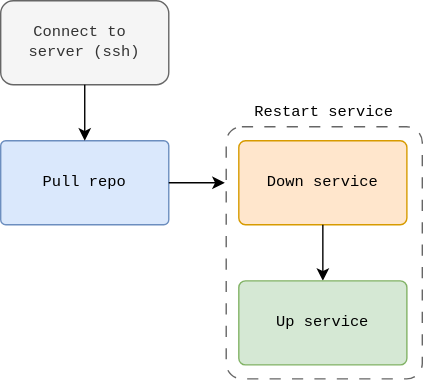
Above: site/static/images/deploy-pipeline.svg in alchemmist/blog (draw.io), before the change. Source tidied: cells renumbered, new cells last; positions are measured from the earlier drawing's top-left corner, leaving out a move shared by most shapes.
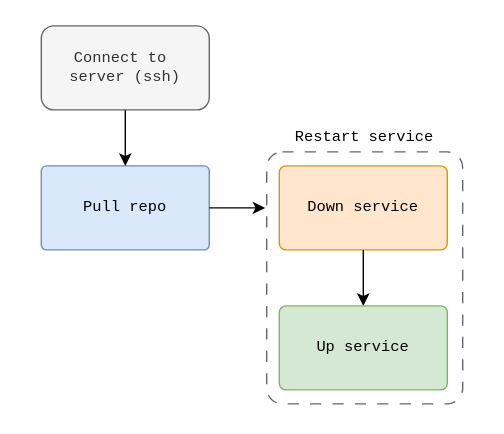
The same diagram one commit later.

Diff of the diagram source:
```diff
@@ -2,6 +2,9 @@
   <root>
     <mxCell id="0" />
     <mxCell id="1" parent="0" />
+    <mxCell id="11" style="rounded=1;whiteSpace=wrap;html=1;arcSize=3;strokeColor=none;" parent="1" vertex="1">
+      <mxGeometry x="-29" y="-18" width="360" height="310" as="geometry" />
+    </mxCell>
     <mxCell id="2" value="Pull repo" style="rounded=1;whiteSpace=wrap;html=1;fillColor=#dae8fc;strokeColor=#6c8ebf;arcSize=6;fontFamily=Courier New;fontSize=11;" parent="1" vertex="1">
       <mxGeometry y="100" width="120" height="60" as="geometry" />
     </mxCell>
```
